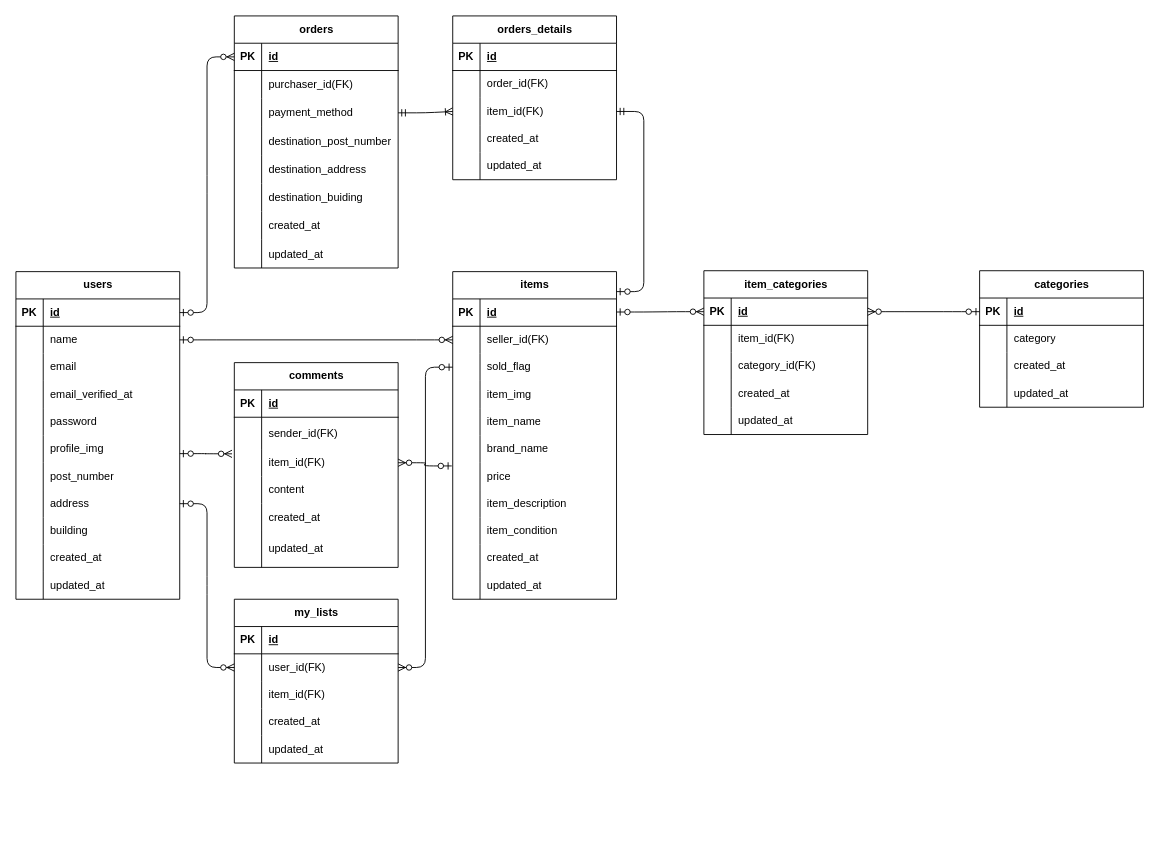
This is src/er-diagram.dio from kei1-112/flea-market, a draw.io file, before an edit. Source tidied: cells renumbered, new cells numbered last; positions are measured from the earlier drawing's top-left corner, leaving out a move shared by most shapes. Both pictures are drawn from the tidied source at 91%, with x=0, y=0 at pixel (15, 15).
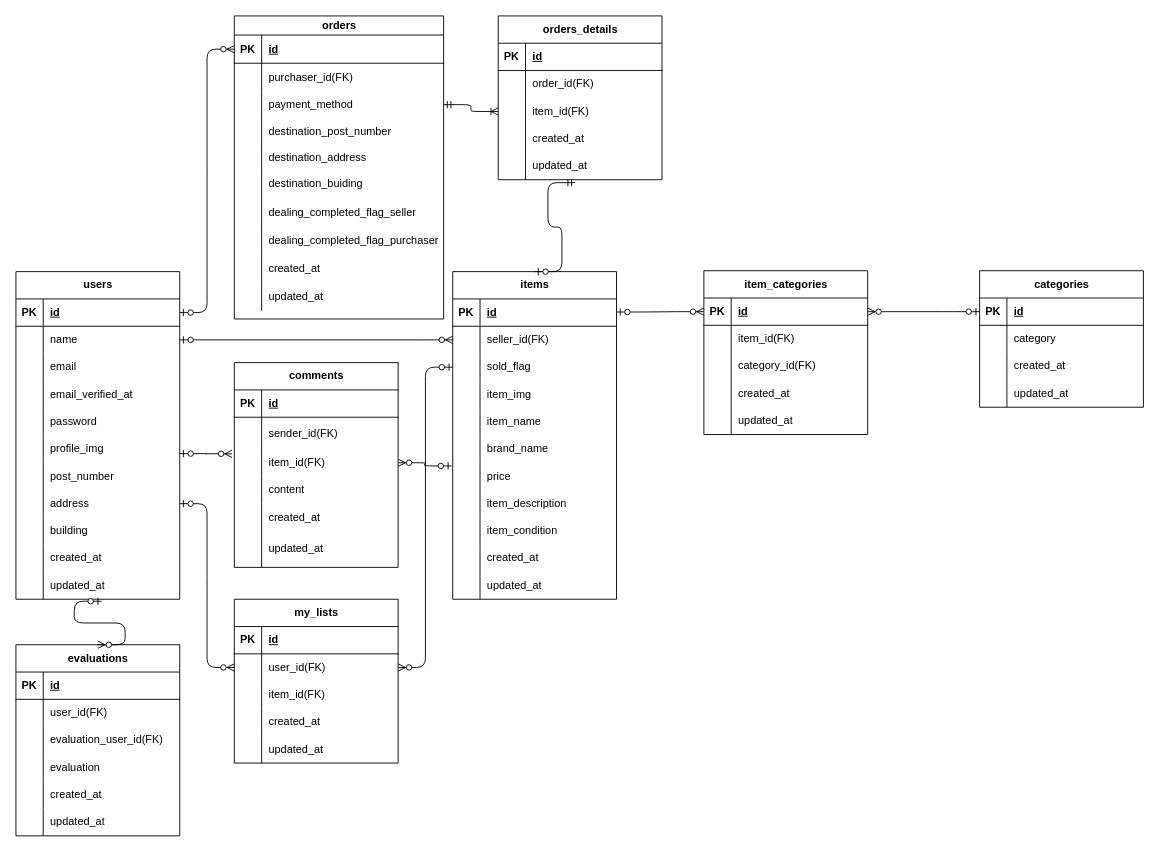
The same page after the edit.

The change refers to these unchanged cells:
```xml
<mxCell id="2" value="items" style="shape=table;startSize=30;childLayout=tableLayout;rowLines=0;fontStyle=1;align=center;html=1;" parent="1" vertex="1">
  <mxGeometry x="480" y="281" width="180" height="360" as="geometry" />
</mxCell>
<mxCell id="67" style="shape=tableRow;horizontal=0;startSize=0;swimlaneHead=0;swimlaneBody=0;fillColor=none;points=[[0,0.5],[1,0.5]];portConstraint=eastwest;top=0;left=0;right=0;bottom=0;" parent="36" vertex="1">
  <mxGeometry y="330" width="180" height="30" as="geometry" />
</mxCell>
<mxCell id="155" style="shape=tableRow;horizontal=0;startSize=0;swimlaneHead=0;swimlaneBody=0;fillColor=none;points=[[0,0.5],[1,0.5]];portConstraint=eastwest;top=0;left=0;right=0;bottom=0;" parent="148" vertex="1">
  <mxGeometry y="90" width="180" height="30" as="geometry" />
</mxCell>
<mxCell id="161" style="shape=tableRow;horizontal=0;startSize=0;swimlaneHead=0;swimlaneBody=0;fillColor=none;points=[[0,0.5],[1,0.5]];portConstraint=eastwest;top=0;left=0;right=0;bottom=0;" parent="148" vertex="1">
  <mxGeometry y="150" width="180" height="30" as="geometry" />
</mxCell>
```

What changed in the source:
```diff
@@
-    <mxCell id="122" value="orders" style="shape=table;startSize=30;childLayout=tableLayout;rowLines=0;fontStyle=1;align=center;html=1;" parent="1" vertex="1">
-      <mxGeometry x="240" width="180" height="277" as="geometry" />
+    <mxCell id="122" value="orders" style="shape=table;startSize=21;childLayout=tableLayout;rowLines=0;fontStyle=1;align=center;html=1;" parent="1" vertex="1">
+      <mxGeometry x="240" width="230" height="333" as="geometry" />
     </mxCell>
     <mxCell id="123" style="shape=tableRow;horizontal=0;startSize=0;swimlaneHead=0;swimlaneBody=0;fillColor=none;points=[[0,0.5],[1,0.5]];portConstraint=eastwest;top=0;left=0;right=0;bottom=1;" parent="122" vertex="1">
-      <mxGeometry y="30" width="180" height="30" as="geometry" />
+      <mxGeometry y="21" width="230" height="31" as="geometry" />
     </mxCell>
     <mxCell id="124" value="PK" style="shape=partialRectangle;fillColor=none;top=0;left=0;bottom=0;right=0;fontStyle=1;overflow=hidden;whiteSpace=wrap;html=1;" parent="123" vertex="1">
-      <mxGeometry width="30" height="30" as="geometry" />
+      <mxGeometry width="30" height="31" as="geometry" />
     </mxCell>
     <mxCell id="125" value="id" style="shape=partialRectangle;fillColor=none;top=0;left=0;bottom=0;right=0;align=left;spacingLeft=6;fontStyle=5;overflow=hidden;whiteSpace=wrap;html=1;" parent="123" vertex="1">
-      <mxGeometry x="30" width="150" height="30" as="geometry" />
+      <mxGeometry x="30" width="200" height="31" as="geometry" />
     </mxCell>
     <mxCell id="126" style="shape=tableRow;horizontal=0;startSize=0;swimlaneHead=0;swimlaneBody=0;fillColor=none;top=0;left=0;right=0;bottom=0;" parent="122" vertex="1">
-      <mxGeometry y="60" width="180" height="31" as="geometry" />
+      <mxGeometry y="52" width="230" height="31" as="geometry" />
     </mxCell>
@@
     <mxCell id="128" value="purchaser_id(FK)" style="shape=partialRectangle;fillColor=none;top=0;left=0;bottom=0;right=0;align=left;spacingLeft=6;overflow=hidden;whiteSpace=wrap;html=1;" parent="126" vertex="1">
-      <mxGeometry x="30" width="150" height="31" as="geometry" />
+      <mxGeometry x="30" width="200" height="31" as="geometry" />
     </mxCell>
     <mxCell id="129" style="shape=tableRow;horizontal=0;startSize=0;swimlaneHead=0;swimlaneBody=0;fillColor=none;points=[[0,0.5],[1,0.5]];portConstraint=eastwest;top=0;left=0;right=0;bottom=0;" parent="122" vertex="1">
-      <mxGeometry y="91" width="180" height="31" as="geometry" />
+      <mxGeometry y="83" width="230" height="29" as="geometry" />
     </mxCell>
     <mxCell id="130" style="shape=partialRectangle;fillColor=none;top=0;left=0;bottom=0;right=0;overflow=hidden;whiteSpace=wrap;html=1;" parent="129" vertex="1">
-      <mxGeometry width="30" height="31" as="geometry" />
+      <mxGeometry width="30" height="29" as="geometry" />
     </mxCell>
     <mxCell id="131" value="payment_method" style="shape=partialRectangle;fillColor=none;top=0;left=0;bottom=0;right=0;align=left;spacingLeft=6;overflow=hidden;whiteSpace=wrap;html=1;" parent="129" vertex="1">
-      <mxGeometry x="30" width="150" height="31" as="geometry" />
+      <mxGeometry x="30" width="200" height="29" as="geometry" />
     </mxCell>
     <mxCell id="132" style="shape=tableRow;horizontal=0;startSize=0;swimlaneHead=0;swimlaneBody=0;fillColor=none;top=0;left=0;right=0;bottom=0;" parent="122" vertex="1">
-      <mxGeometry y="122" width="180" height="31" as="geometry" />
+      <mxGeometry y="112" width="230" height="30" as="geometry" />
     </mxCell>
     <mxCell id="133" style="shape=partialRectangle;fillColor=none;top=0;left=0;bottom=0;right=0;overflow=hidden;whiteSpace=wrap;html=1;" parent="132" vertex="1">
-      <mxGeometry width="30" height="31" as="geometry" />
+      <mxGeometry width="30" height="30" as="geometry" />
     </mxCell>
     <mxCell id="134" value="&lt;span style=&quot;color: rgb(0, 0, 0);&quot;&gt;destination_post_number&lt;/span&gt;" style="shape=partialRectangle;fillColor=none;top=0;left=0;bottom=0;right=0;align=left;spacingLeft=6;overflow=hidden;whiteSpace=wrap;html=1;" parent="132" vertex="1">
-      <mxGeometry x="30" width="150" height="31" as="geometry" />
+      <mxGeometry x="30" width="200" height="30" as="geometry" />
     </mxCell>
     <mxCell id="135" style="shape=tableRow;horizontal=0;startSize=0;swimlaneHead=0;swimlaneBody=0;fillColor=none;top=0;left=0;right=0;bottom=0;" parent="122" vertex="1">
-      <mxGeometry y="153" width="180" height="31" as="geometry" />
+      <mxGeometry y="142" width="230" height="27" as="geometry" />
     </mxCell>
     <mxCell id="136" style="shape=partialRectangle;fillColor=none;top=0;left=0;bottom=0;right=0;overflow=hidden;whiteSpace=wrap;html=1;" parent="135" vertex="1">
-      <mxGeometry width="30" height="31" as="geometry" />
+      <mxGeometry width="30" height="27" as="geometry" />
     </mxCell>
     <mxCell id="137" value="&lt;span style=&quot;color: rgb(0, 0, 0);&quot;&gt;destination_address&lt;/span&gt;" style="shape=partialRectangle;fillColor=none;top=0;left=0;bottom=0;right=0;align=left;spacingLeft=6;overflow=hidden;whiteSpace=wrap;html=1;" parent="135" vertex="1">
-      <mxGeometry x="30" width="150" height="31" as="geometry" />
+      <mxGeometry x="30" width="200" height="27" as="geometry" />
     </mxCell>
+    <mxCell id="185" style="shape=tableRow;horizontal=0;startSize=0;swimlaneHead=0;swimlaneBody=0;fillColor=none;top=0;left=0;right=0;bottom=0;" parent="122" vertex="1">
+      <mxGeometry y="169" width="230" height="31" as="geometry" />
+    </mxCell>
+    <mxCell id="186" style="shape=partialRectangle;fillColor=none;top=0;left=0;bottom=0;right=0;overflow=hidden;whiteSpace=wrap;html=1;" parent="185" vertex="1">
+      <mxGeometry width="30" height="31" as="geometry" />
+    </mxCell>
+    <mxCell id="187" value="&lt;span style=&quot;color: rgb(0, 0, 0);&quot;&gt;destination_buiding&lt;/span&gt;" style="shape=partialRectangle;fillColor=none;top=0;left=0;bottom=0;right=0;align=left;spacingLeft=6;overflow=hidden;whiteSpace=wrap;html=1;" parent="185" vertex="1">
+      <mxGeometry x="30" width="200" height="31" as="geometry" />
+    </mxCell>
+    <mxCell id="188" style="shape=tableRow;horizontal=0;startSize=0;swimlaneHead=0;swimlaneBody=0;fillColor=none;top=0;left=0;right=0;bottom=0;" parent="122" vertex="1">
+      <mxGeometry y="200" width="230" height="31" as="geometry" />
+    </mxCell>
+    <mxCell id="189" style="shape=partialRectangle;fillColor=none;top=0;left=0;bottom=0;right=0;overflow=hidden;whiteSpace=wrap;html=1;" parent="188" vertex="1">
+      <mxGeometry width="30" height="31" as="geometry" />
+    </mxCell>
+    <mxCell id="190" value="dealing_completed_flag_seller" style="shape=partialRectangle;fillColor=none;top=0;left=0;bottom=0;right=0;align=left;spacingLeft=6;overflow=hidden;whiteSpace=wrap;html=1;" parent="188" vertex="1">
+      <mxGeometry x="30" width="200" height="31" as="geometry" />
+    </mxCell>
     <mxCell id="138" style="shape=tableRow;horizontal=0;startSize=0;swimlaneHead=0;swimlaneBody=0;fillColor=none;top=0;left=0;right=0;bottom=0;" parent="122" vertex="1">
-      <mxGeometry y="184" width="180" height="31" as="geometry" />
+      <mxGeometry y="231" width="230" height="31" as="geometry" />
     </mxCell>
@@
-    <mxCell id="140" value="&lt;span style=&quot;color: rgb(0, 0, 0);&quot;&gt;destination_buiding&lt;/span&gt;" style="shape=partialRectangle;fillColor=none;top=0;left=0;bottom=0;right=0;align=left;spacingLeft=6;overflow=hidden;whiteSpace=wrap;html=1;" parent="138" vertex="1">
-      <mxGeometry x="30" width="150" height="31" as="geometry" />
+    <mxCell id="140" value="dealing_completed_flag_purchaser" style="shape=partialRectangle;fillColor=none;top=0;left=0;bottom=0;right=0;align=left;spacingLeft=6;overflow=hidden;whiteSpace=wrap;html=1;" parent="138" vertex="1">
+      <mxGeometry x="30" width="200" height="31" as="geometry" />
     </mxCell>
     <mxCell id="141" style="shape=tableRow;horizontal=0;startSize=0;swimlaneHead=0;swimlaneBody=0;fillColor=none;top=0;left=0;right=0;bottom=0;" parent="122" vertex="1">
-      <mxGeometry y="215" width="180" height="31" as="geometry" />
+      <mxGeometry y="262" width="230" height="31" as="geometry" />
     </mxCell>
@@
     <mxCell id="143" value="created_at" style="shape=partialRectangle;fillColor=none;top=0;left=0;bottom=0;right=0;align=left;spacingLeft=6;overflow=hidden;whiteSpace=wrap;html=1;" parent="141" vertex="1">
-      <mxGeometry x="30" width="150" height="31" as="geometry" />
+      <mxGeometry x="30" width="200" height="31" as="geometry" />
     </mxCell>
     <mxCell id="144" style="shape=tableRow;horizontal=0;startSize=0;swimlaneHead=0;swimlaneBody=0;fillColor=none;top=0;left=0;right=0;bottom=0;" parent="122" vertex="1">
-      <mxGeometry y="246" width="180" height="31" as="geometry" />
+      <mxGeometry y="293" width="230" height="31" as="geometry" />
     </mxCell>
@@
     <mxCell id="146" value="updated_at" style="shape=partialRectangle;fillColor=none;top=0;left=0;bottom=0;right=0;align=left;spacingLeft=6;overflow=hidden;whiteSpace=wrap;html=1;" parent="144" vertex="1">
-      <mxGeometry x="30" width="150" height="31" as="geometry" />
+      <mxGeometry x="30" width="200" height="31" as="geometry" />
     </mxCell>
@@
     <mxCell id="148" value="orders_details" style="shape=table;startSize=30;childLayout=tableLayout;rowLines=0;fontStyle=1;align=center;html=1;" parent="1" vertex="1">
-      <mxGeometry x="480" width="180" height="180" as="geometry" />
+      <mxGeometry x="530" width="180" height="180" as="geometry" />
     </mxCell>
@@
-    <mxCell id="184" style="edgeStyle=entityRelationEdgeStyle;fontSize=12;html=1;endArrow=ERzeroToOne;startArrow=ERmandOne;exitX=1;exitY=0.5;exitDx=0;exitDy=0;entryX=1;entryY=0.061;entryDx=0;entryDy=0;entryPerimeter=0;" parent="1" edge="1" source="155" target="2">
-      <mxGeometry relative="1" as="geometry" />
+    <mxCell id="184" style="edgeStyle=entityRelationEdgeStyle;fontSize=12;html=1;endArrow=ERzeroToOne;startArrow=ERmandOne;exitX=0.47;exitY=1.107;exitDx=0;exitDy=0;entryX=0.5;entryY=0;entryDx=0;entryDy=0;exitPerimeter=0;" parent="1" edge="1" source="161" target="2">
+      <mxGeometry relative="1" as="geometry">
+        <Array as="points">
+          <mxPoint x="903" y="133" />
+          <mxPoint x="720" y="121" />
+          <mxPoint x="837" y="97" />
+          <mxPoint x="893" y="133" />
+          <mxPoint x="847" y="157" />
+          <mxPoint x="817" y="161" />
+          <mxPoint x="843" y="123" />
+          <mxPoint x="913" y="173" />
+        </Array>
+      </mxGeometry>
     </mxCell>
+    <mxCell id="191" value="evaluations" style="shape=table;startSize=30;childLayout=tableLayout;rowLines=0;fontStyle=1;align=center;html=1;" parent="1" vertex="1">
+      <mxGeometry y="691" width="180" height="210" as="geometry" />
+    </mxCell>
+    <mxCell id="192" style="shape=tableRow;horizontal=0;startSize=0;swimlaneHead=0;swimlaneBody=0;fillColor=none;top=0;left=0;right=0;bottom=1;" parent="191" vertex="1">
+      <mxGeometry y="30" width="180" height="30" as="geometry" />
+    </mxCell>
+    <mxCell id="193" value="PK" style="shape=partialRectangle;fillColor=none;top=0;left=0;bottom=0;right=0;fontStyle=1;overflow=hidden;whiteSpace=wrap;html=1;" parent="192" vertex="1">
+      <mxGeometry width="30" height="30" as="geometry" />
+    </mxCell>
+    <mxCell id="194" value="id" style="shape=partialRectangle;fillColor=none;top=0;left=0;bottom=0;right=0;align=left;spacingLeft=6;fontStyle=5;overflow=hidden;whiteSpace=wrap;html=1;" parent="192" vertex="1">
+      <mxGeometry x="30" width="150" height="30" as="geometry" />
+    </mxCell>
+    <mxCell id="195" style="shape=tableRow;horizontal=0;startSize=0;swimlaneHead=0;swimlaneBody=0;fillColor=none;top=0;left=0;right=0;bottom=0;" parent="191" vertex="1">
+      <mxGeometry y="60" width="180" height="30" as="geometry" />
+    </mxCell>
+    <mxCell id="196" style="shape=partialRectangle;fillColor=none;top=0;left=0;bottom=0;right=0;overflow=hidden;whiteSpace=wrap;html=1;" parent="195" vertex="1">
+      <mxGeometry width="30" height="30" as="geometry" />
+    </mxCell>
+    <mxCell id="197" value="user_id(FK)" style="shape=partialRectangle;fillColor=none;top=0;left=0;bottom=0;right=0;align=left;spacingLeft=6;overflow=hidden;whiteSpace=wrap;html=1;" parent="195" vertex="1">
+      <mxGeometry x="30" width="150" height="30" as="geometry" />
+    </mxCell>
+    <mxCell id="198" style="shape=tableRow;horizontal=0;startSize=0;swimlaneHead=0;swimlaneBody=0;fillColor=none;top=0;left=0;right=0;bottom=0;" parent="191" vertex="1">
+      <mxGeometry y="90" width="180" height="30" as="geometry" />
+    </mxCell>
+    <mxCell id="199" style="shape=partialRectangle;fillColor=none;top=0;left=0;bottom=0;right=0;overflow=hidden;whiteSpace=wrap;html=1;" parent="198" vertex="1">
+      <mxGeometry width="30" height="30" as="geometry" />
+    </mxCell>
+    <mxCell id="200" value="evaluation_user_id(FK)" style="shape=partialRectangle;fillColor=none;top=0;left=0;bottom=0;right=0;align=left;spacingLeft=6;overflow=hidden;whiteSpace=wrap;html=1;" parent="198" vertex="1">
+      <mxGeometry x="30" width="150" height="30" as="geometry" />
+    </mxCell>
+    <mxCell id="201" style="shape=tableRow;horizontal=0;startSize=0;swimlaneHead=0;swimlaneBody=0;fillColor=none;top=0;left=0;right=0;bottom=0;" parent="191" vertex="1">
+      <mxGeometry y="120" width="180" height="30" as="geometry" />
+    </mxCell>
+    <mxCell id="202" style="shape=partialRectangle;fillColor=none;top=0;left=0;bottom=0;right=0;overflow=hidden;whiteSpace=wrap;html=1;" parent="201" vertex="1">
+      <mxGeometry width="30" height="30" as="geometry" />
+    </mxCell>
+    <mxCell id="203" value="evaluation" style="shape=partialRectangle;fillColor=none;top=0;left=0;bottom=0;right=0;align=left;spacingLeft=6;overflow=hidden;whiteSpace=wrap;html=1;" parent="201" vertex="1">
+      <mxGeometry x="30" width="150" height="30" as="geometry" />
+    </mxCell>
+    <mxCell id="204" style="shape=tableRow;horizontal=0;startSize=0;swimlaneHead=0;swimlaneBody=0;fillColor=none;top=0;left=0;right=0;bottom=0;" parent="191" vertex="1">
+      <mxGeometry y="150" width="180" height="30" as="geometry" />
+    </mxCell>
+    <mxCell id="205" style="shape=partialRectangle;fillColor=none;top=0;left=0;bottom=0;right=0;overflow=hidden;whiteSpace=wrap;html=1;" parent="204" vertex="1">
+      <mxGeometry width="30" height="30" as="geometry" />
+    </mxCell>
+    <mxCell id="206" value="created_at" style="shape=partialRectangle;fillColor=none;top=0;left=0;bottom=0;right=0;align=left;spacingLeft=6;overflow=hidden;whiteSpace=wrap;html=1;" parent="204" vertex="1">
+      <mxGeometry x="30" width="150" height="30" as="geometry" />
+    </mxCell>
+    <mxCell id="207" style="shape=tableRow;horizontal=0;startSize=0;swimlaneHead=0;swimlaneBody=0;fillColor=none;top=0;left=0;right=0;bottom=0;" parent="191" vertex="1">
+      <mxGeometry y="180" width="180" height="30" as="geometry" />
+    </mxCell>
+    <mxCell id="208" style="shape=partialRectangle;fillColor=none;top=0;left=0;bottom=0;right=0;overflow=hidden;whiteSpace=wrap;html=1;" parent="207" vertex="1">
+      <mxGeometry width="30" height="30" as="geometry" />
+    </mxCell>
+    <mxCell id="209" value="&lt;span style=&quot;color: rgb(0, 0, 0);&quot;&gt;updated_at&lt;/span&gt;" style="shape=partialRectangle;fillColor=none;top=0;left=0;bottom=0;right=0;align=left;spacingLeft=6;overflow=hidden;whiteSpace=wrap;html=1;" parent="207" vertex="1">
+      <mxGeometry x="30" width="150" height="30" as="geometry" />
+    </mxCell>
+    <mxCell id="210" style="edgeStyle=entityRelationEdgeStyle;fontSize=12;html=1;endArrow=ERzeroToMany;startArrow=ERzeroToOne;exitX=0.523;exitY=1.073;exitDx=0;exitDy=0;entryX=0.5;entryY=0;entryDx=0;entryDy=0;exitPerimeter=0;" parent="1" edge="1" source="67" target="191">
+      <mxGeometry relative="1" as="geometry">
+        <Array as="points">
+          <mxPoint x="30" y="942.8" />
+          <mxPoint x="60" y="693.8" />
+          <mxPoint x="60" y="738.8" />
+        </Array>
+      </mxGeometry>
+    </mxCell>
```
